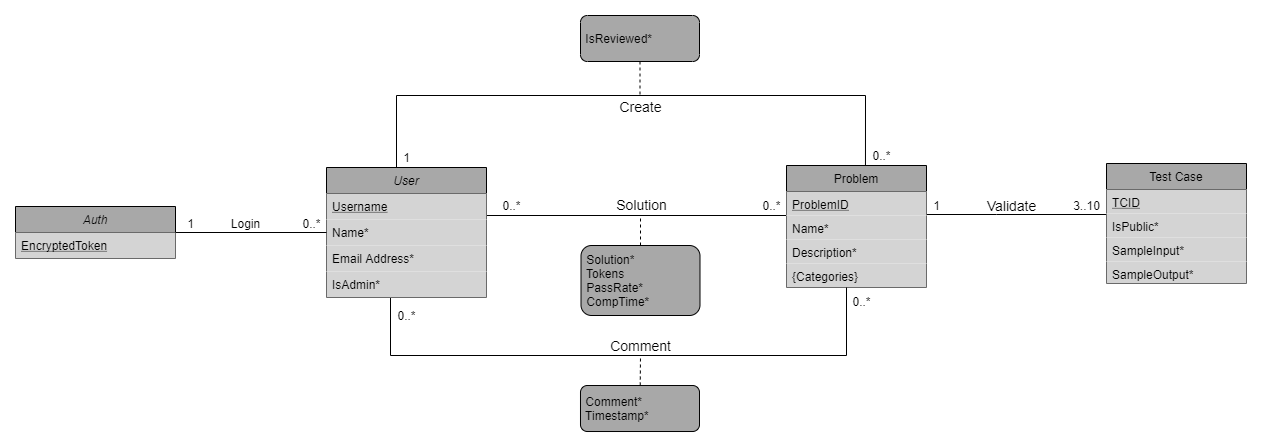
This is docs/img/CS360_Database_Design_Transparent.png from AlgoLearnWCSU/AlgoLearnApi, a draw.io export, as it was before one commit. Source tidied: cells renumbered, new cells last; positions are measured from the earlier drawing's top-left corner, leaving out a move shared by most shapes.
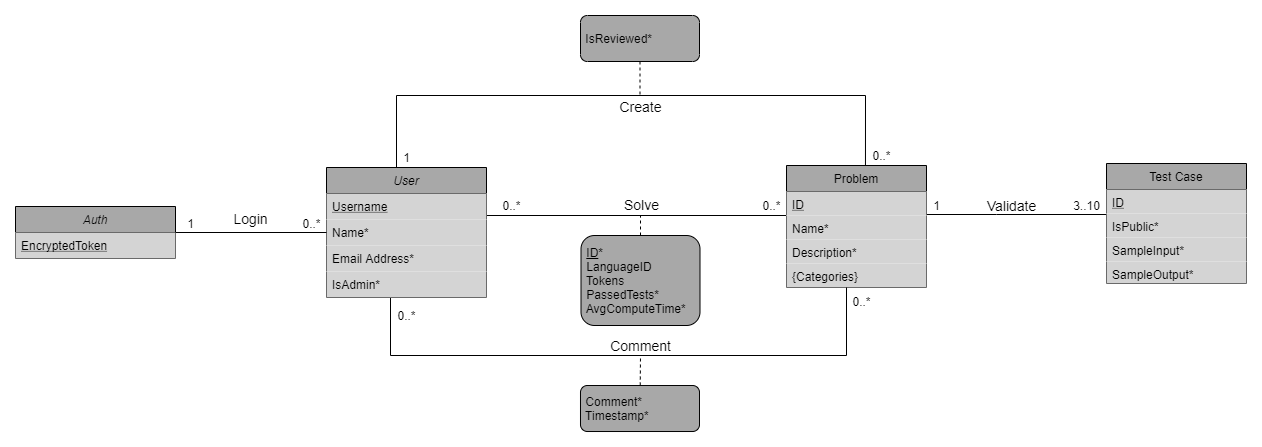
After the commit.

Diff of the diagram source:
```diff
@@ -24,7 +24,7 @@
         </Array>
       </mxGeometry>
     </mxCell>
-    <mxCell id="5" value="Solution" style="edgeLabel;html=1;align=center;verticalAlign=middle;fontSize=14;labelBackgroundColor=none;" parent="4" vertex="1">
+    <mxCell id="5" value="Solve" style="edgeLabel;html=1;align=center;verticalAlign=middle;fontSize=14;labelBackgroundColor=none;" parent="4" vertex="1">
       <mxGeometry x="-0.29" relative="1" as="geometry">
         <mxPoint x="56" y="-12" as="offset" />
       </mxGeometry>
@@ -40,7 +40,7 @@
     <mxCell id="7" value="Problem" style="swimlane;fontStyle=0;horizontal=1;startSize=26;fillColor=#A8A8A8;" parent="1" vertex="1">
       <mxGeometry x="771" y="150" width="140" height="122" as="geometry" />
     </mxCell>
-    <mxCell id="8" value="ProblemID&#10;" style="text;strokeColor=none;align=left;verticalAlign=top;spacingLeft=4;spacingRight=4;overflow=hidden;points=[[0,0.5],[1,0.5]];portConstraint=eastwest;fontStyle=4;fillColor=#D4D4D4;" parent="7" vertex="1">
+    <mxCell id="8" value="ID" style="text;strokeColor=none;align=left;verticalAlign=top;spacingLeft=4;spacingRight=4;overflow=hidden;points=[[0,0.5],[1,0.5]];portConstraint=eastwest;fontStyle=4;fillColor=#D4D4D4;" parent="7" vertex="1">
       <mxGeometry y="26" width="140" height="24" as="geometry" />
     </mxCell>
     <mxCell id="9" value="Name*" style="text;strokeColor=none;align=left;verticalAlign=top;spacingLeft=4;spacingRight=4;overflow=hidden;fontStyle=0;fillColor=#D4D4D4;" parent="7" vertex="1">
@@ -77,8 +77,8 @@
         <mxPoint x="625" y="200" as="targetPoint" />
       </mxGeometry>
     </mxCell>
-    <mxCell id="19" value="&amp;nbsp;Solution*&lt;br&gt;&amp;nbsp;Tokens&lt;br&gt;&amp;nbsp;PassRate*&lt;br&gt;&amp;nbsp;CompTime*" style="html=1;align=left;perimeter=rectanglePerimeter;rounded=1;fillColor=#A8A8A8;" parent="1" vertex="1">
-      <mxGeometry x="565.5" y="230" width="119" height="70" as="geometry" />
+    <mxCell id="19" value="&amp;nbsp;&lt;u&gt;ID&lt;/u&gt;*&lt;br&gt;&amp;nbsp;LanguageID&lt;br&gt;&amp;nbsp;Tokens&lt;br&gt;&amp;nbsp;PassedTests*&lt;br&gt;&amp;nbsp;AvgComputeTime*" style="html=1;align=left;perimeter=rectanglePerimeter;rounded=1;fillColor=#A8A8A8;" parent="1" vertex="1">
+      <mxGeometry x="565.5" y="220" width="119" height="90" as="geometry" />
     </mxCell>
     <mxCell id="20" style="edgeStyle=orthogonalEdgeStyle;rounded=0;jettySize=auto;html=1;entryX=0.4;entryY=0.962;entryDx=0;entryDy=0;entryPerimeter=0;endArrow=none;endFill=0;" parent="1" edge="1" source="7" target="38">
       <mxGeometry relative="1" as="geometry">
@@ -117,7 +117,7 @@
     <mxCell id="29" value="Test Case" style="swimlane;fontStyle=0;horizontal=1;startSize=26;rounded=0;fillColor=#A8A8A8;" parent="1" vertex="1">
       <mxGeometry x="1091" y="148" width="140" height="120" as="geometry" />
     </mxCell>
-    <mxCell id="30" value="TCID" style="text;strokeColor=none;align=left;verticalAlign=top;spacingLeft=4;spacingRight=4;overflow=hidden;fontStyle=4;fillColor=#D4D4D4;" parent="29" vertex="1">
+    <mxCell id="30" value="ID" style="text;strokeColor=none;align=left;verticalAlign=top;spacingLeft=4;spacingRight=4;overflow=hidden;fontStyle=4;fillColor=#D4D4D4;" parent="29" vertex="1">
       <mxGeometry y="26" width="140" height="24" as="geometry" />
     </mxCell>
     <mxCell id="31" value="IsPublic*" style="text;strokeColor=none;align=left;verticalAlign=top;spacingLeft=4;spacingRight=4;overflow=hidden;fontStyle=0;fillColor=#D4D4D4;" parent="29" vertex="1">
@@ -156,11 +156,13 @@
     <mxCell id="42" value="0..*" style="text;html=1;align=center;verticalAlign=middle;" parent="1" vertex="1">
       <mxGeometry x="281" y="198" width="30" height="20" as="geometry" />
     </mxCell>
+    <mxCell id="44" value="1" style="text;html=1;align=center;verticalAlign=middle;" parent="1" vertex="1">
+      <mxGeometry x="165" y="198" width="20" height="20" as="geometry" />
+    </mxCell>
-    <mxCell id="43" value="Login" style="text;html=1;align=center;verticalAlign=middle;" parent="1" vertex="1">
-      <mxGeometry x="210" y="198" width="40" height="20" as="geometry" />
+    <mxCell id="43" value="Login" style="edgeLabel;html=1;align=center;verticalAlign=middle;fontSize=14;labelBackgroundColor=none;" parent="1" vertex="1">
+      <mxGeometry x="230" y="190" as="geometry">
+        <mxPoint x="4" y="12" as="offset" />
+      </mxGeometry>
     </mxCell>
-    <mxCell id="44" value="1" style="text;html=1;align=center;verticalAlign=middle;" parent="1" vertex="1">
-      <mxGeometry x="165" y="198" width="20" height="20" as="geometry" />
-    </mxCell>
   </root>
 </mxGraphModel>
```
